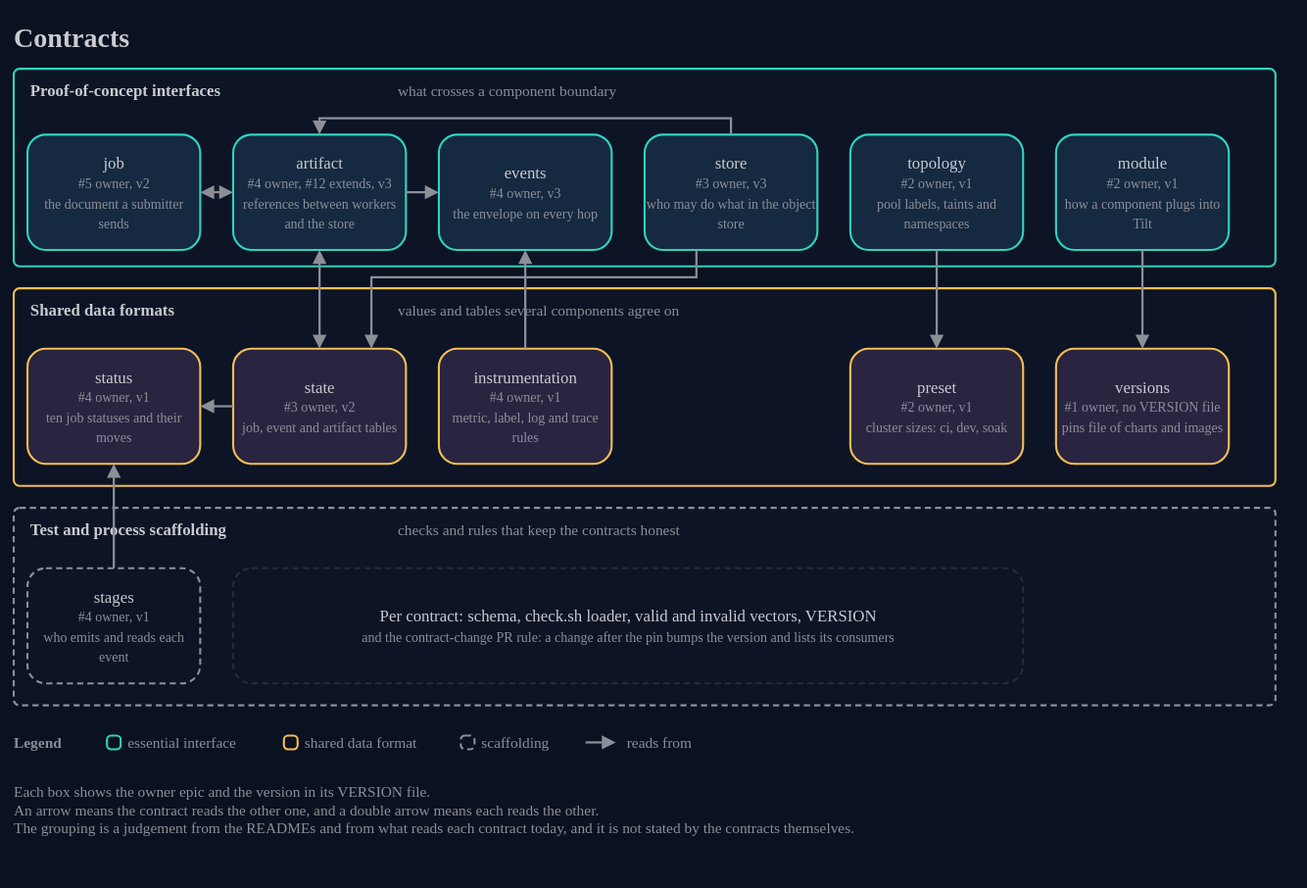
This is docs/architecture/15-contracts.drawio.svg from AndoNorth/wasm-dag-forge, a draw.io export, as it was before one commit. Source tidied: cells renumbered, new cells last; positions are measured from the earlier drawing's top-left corner, leaving out a move shared by most shapes.
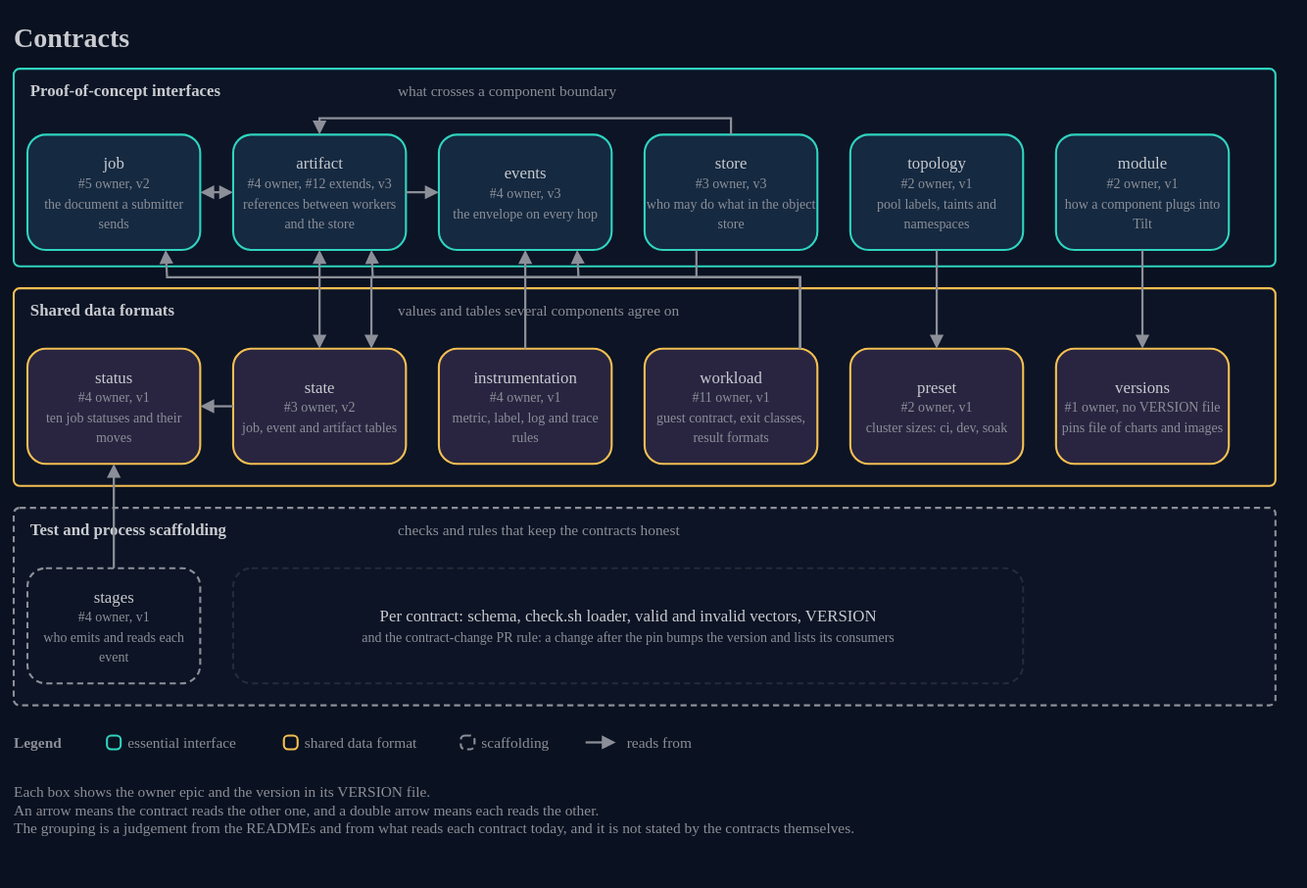
Later version of the same file.

What changed in the source:
```diff
@@ -71,6 +71,33 @@
     <mxCell id="24" value="Per contract: schema, check.sh loader, valid and invalid vectors, VERSION&lt;br&gt;&lt;font color=&quot;#8c8f98&quot; style=&quot;font-size:10px&quot;&gt;and the contract-change PR rule: a change after the pin bumps the version and lists its consumers&lt;/font&gt;" style="rounded=1;arcSize=16;html=1;whiteSpace=wrap;fillColor=#0c1425;strokeColor=#252b39;strokeWidth=1.5;dashed=1;dashPattern=3 2;fontColor=#c9cbd0;fontSize=12;fontFamily=IBM Plex Sans;align=center;verticalAlign=middle;" parent="1" vertex="1">
       <mxGeometry x="160" y="404" width="576" height="84" as="geometry" />
     </mxCell>
+    <mxCell id="45" value="workload&lt;br&gt;&lt;font color=&quot;#8c8f98&quot; style=&quot;font-size:10px&quot;&gt;#11 owner, v1&lt;br&gt;guest contract, exit classes, result formats&lt;/font&gt;" style="rounded=1;arcSize=16;html=1;whiteSpace=wrap;fillColor=#292541;strokeColor=#f4bf51;strokeWidth=1.5;fontColor=#c9cbd0;fontSize=12;fontFamily=IBM Plex Sans;align=center;verticalAlign=middle;" parent="1" vertex="1">
+      <mxGeometry x="460" y="244" width="126" height="84" as="geometry" />
+    </mxCell>
+    <mxCell id="46" style="endArrow=block;endFill=1;startArrow=none;startFill=1;html=1;rounded=0;strokeColor=#8c8f98;strokeWidth=1.6;exitX=0.9;exitY=0;exitDx=0;exitDy=0;entryX=0.8;entryY=1;entryDx=0;entryDy=0;" parent="1" edge="1" source="45" target="14">
+      <mxGeometry relative="1" as="geometry">
+        <Array as="points">
+          <mxPoint x="573.4" y="192" />
+          <mxPoint x="411.8" y="192" />
+        </Array>
+      </mxGeometry>
+    </mxCell>
+    <mxCell id="47" style="endArrow=block;endFill=1;startArrow=none;startFill=1;html=1;rounded=0;strokeColor=#8c8f98;strokeWidth=1.6;exitX=0.9;exitY=0;exitDx=0;exitDy=0;entryX=0.8;entryY=1;entryDx=0;entryDy=0;" parent="1" edge="1" source="45" target="13">
+      <mxGeometry relative="1" as="geometry">
+        <Array as="points">
+          <mxPoint x="573.4" y="192" />
+          <mxPoint x="261.8" y="192" />
+        </Array>
+      </mxGeometry>
+    </mxCell>
+    <mxCell id="48" style="endArrow=block;endFill=1;startArrow=none;startFill=1;html=1;rounded=0;strokeColor=#8c8f98;strokeWidth=1.6;exitX=0.9;exitY=0;exitDx=0;exitDy=0;entryX=0.8;entryY=1;entryDx=0;entryDy=0;" parent="1" edge="1" source="45" target="12">
+      <mxGeometry relative="1" as="geometry">
+        <Array as="points">
+          <mxPoint x="573.4" y="192" />
+          <mxPoint x="111.8" y="192" />
+        </Array>
+      </mxGeometry>
+    </mxCell>
     <mxCell id="25" style="endArrow=block;endFill=1;startArrow=none;startFill=1;html=1;rounded=0;strokeColor=#8c8f98;strokeWidth=1.6;exitX=1;exitY=0.5;exitDx=0;exitDy=0;entryX=0;entryY=0.5;entryDx=0;entryDy=0;" parent="1" edge="1" source="13" target="14">
       <mxGeometry relative="1" as="geometry" />
     </mxCell>
```
